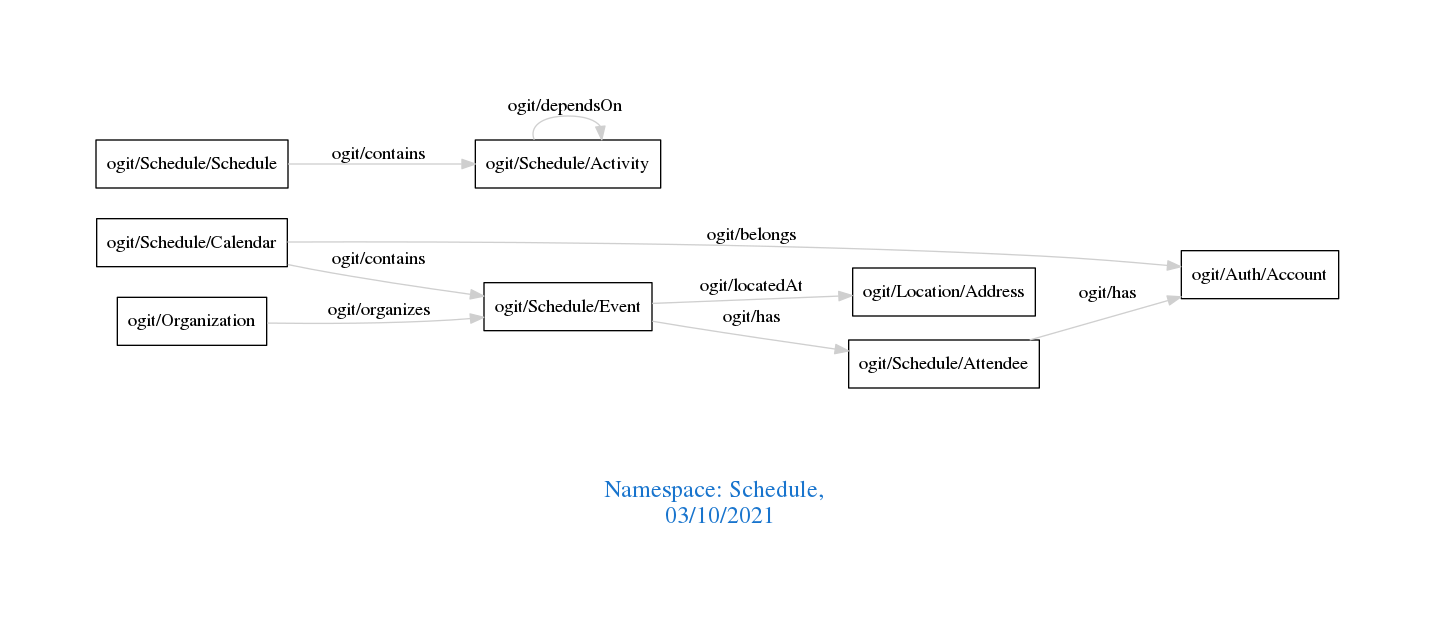
Earlier version of the Graphviz export downloads/Schedule.png (arago/OGIT). Its source is kept beside it as downloads/Schedule.dot.
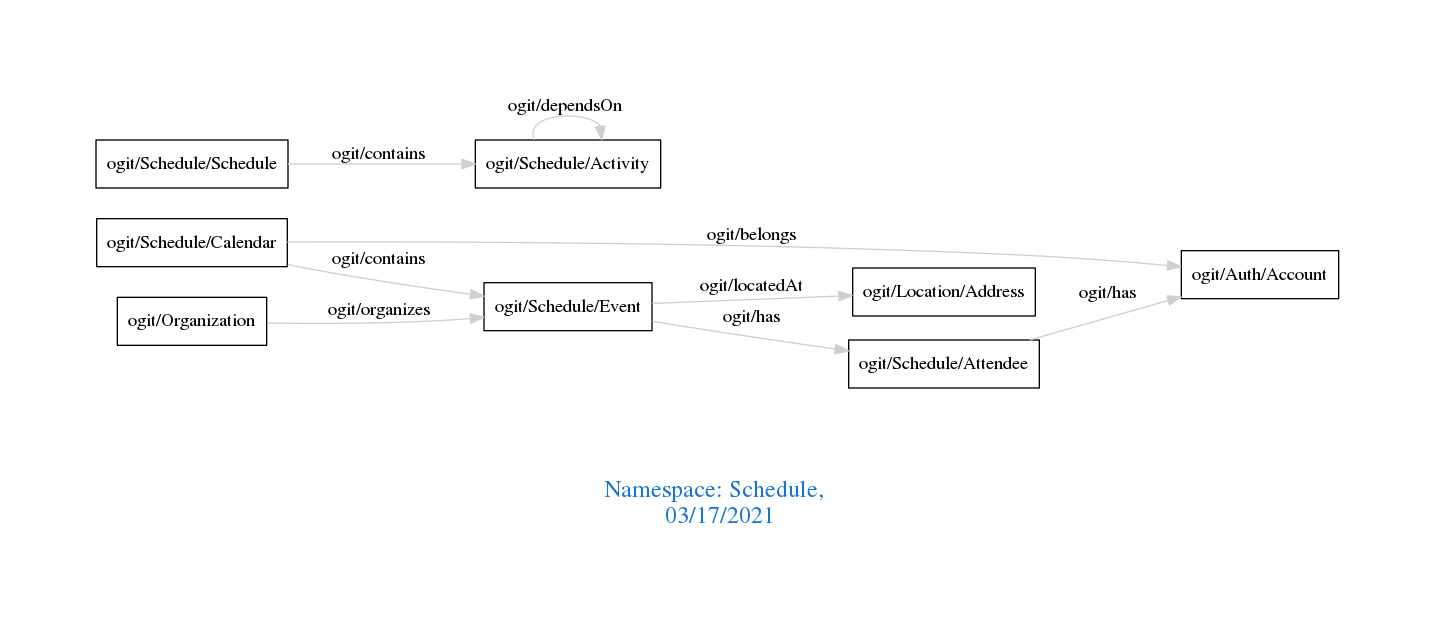
Later version of the same file.

The edit, as a diff of the source:
```diff
@@ -1,7 +1,7 @@
 digraph OGIT_ontology {
  graph [ rankdir= LR,pad=1
 fontsize = 18,
-fontcolor= dodgerblue3,label = "\n\n\nNamespace: Schedule, \n 03/10/2021"];
+fontcolor= dodgerblue3,label = "\n\n\nNamespace: Schedule, \n 03/17/2021"];
 node[shape=polygon];
 edge [  color="gray81"];
 
```
